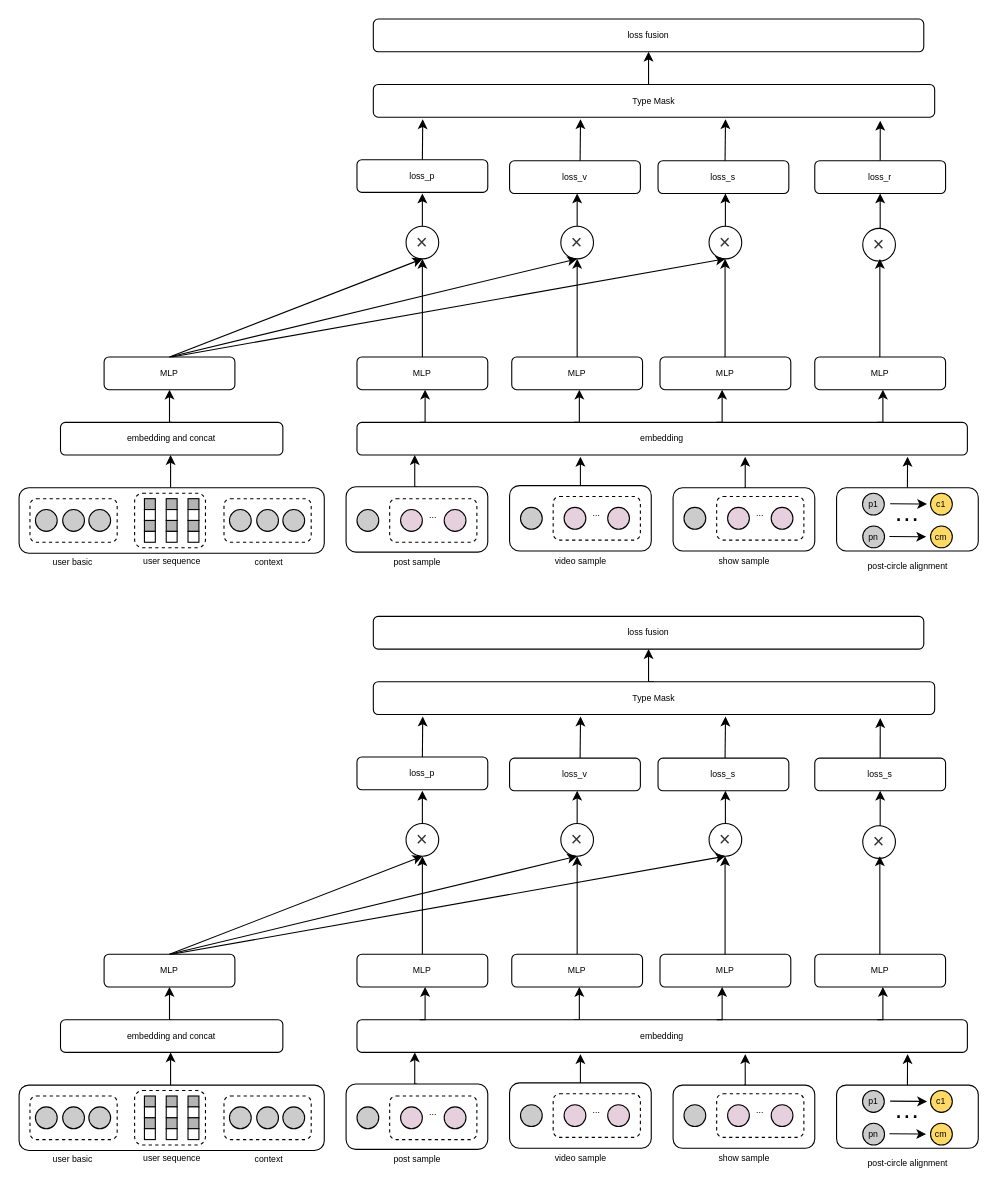
The draw.io diagram mm4p.drawio in ronxiao/hello-world, before the edit. Source tidied: cells renumbered, new cells numbered last; positions are measured from the earlier drawing's top-left corner, leaving out a move shared by most shapes. Both pictures are drawn from the tidied source at 109%, with x=0, y=0 at pixel (19, 19).
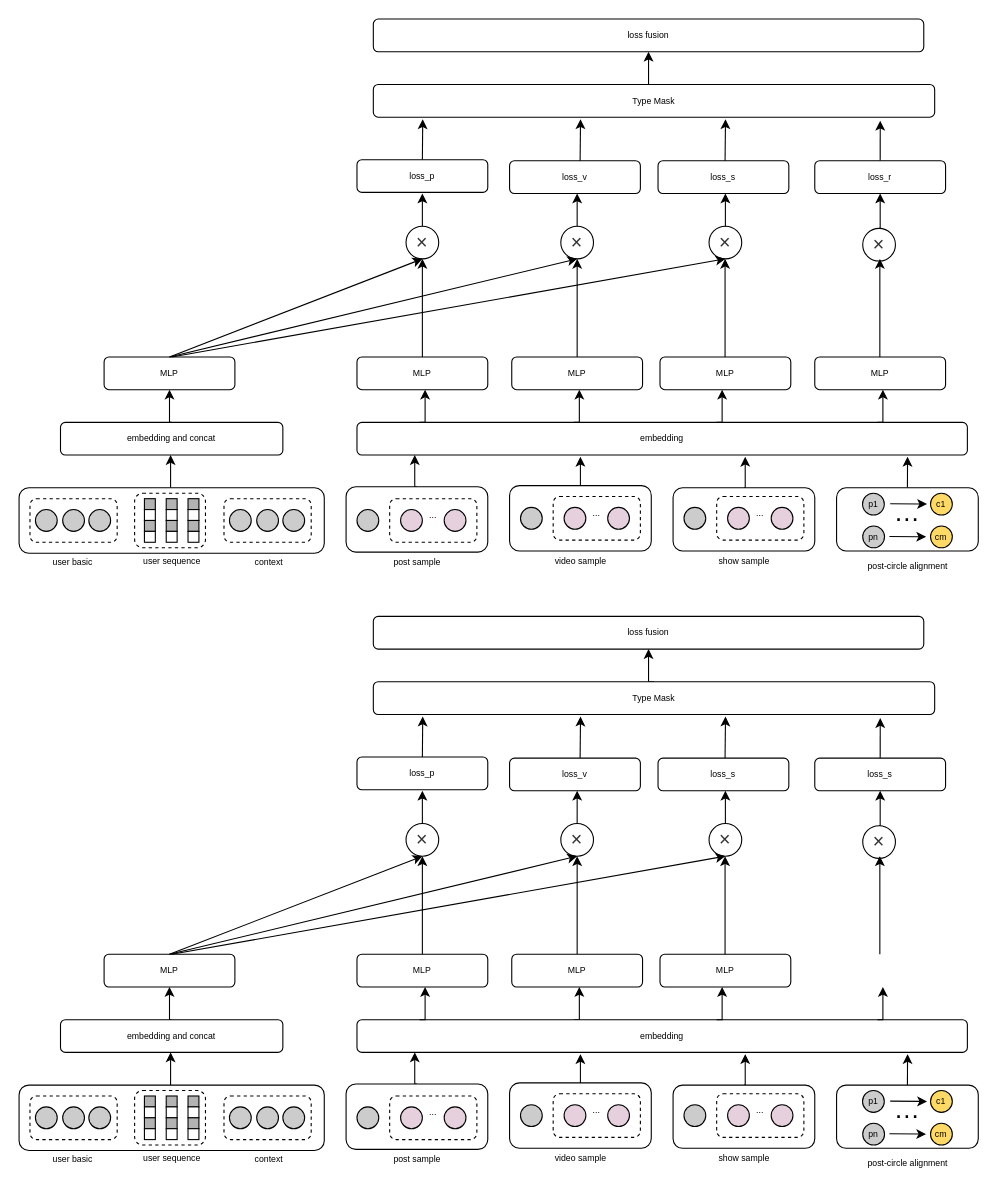
The same diagram, later.

Diff of the diagram source:
```diff
@@
-    <mxCell id="197" value="MLP" style="rounded=1;whiteSpace=wrap;html=1;fontSize=8;fillColor=#FFFFFF;" parent="1" vertex="1">
-      <mxGeometry x="730" y="858" width="120" height="30" as="geometry" />
-    </mxCell>
```
